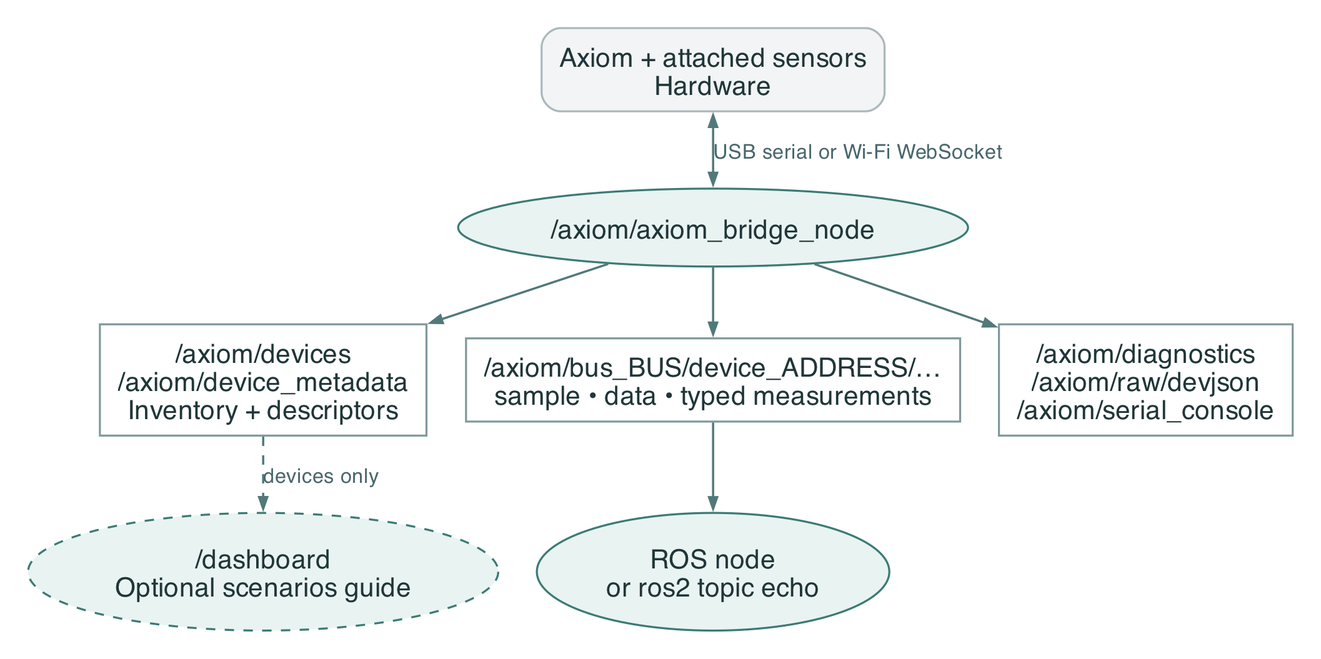
Above: docs/ros-graphs/ros2-overview-graph.png in robotical/axiom-ros2 (Graphviz), before the change. Its source is kept beside it as docs/ros-graphs/ros2-overview-graph.dot.
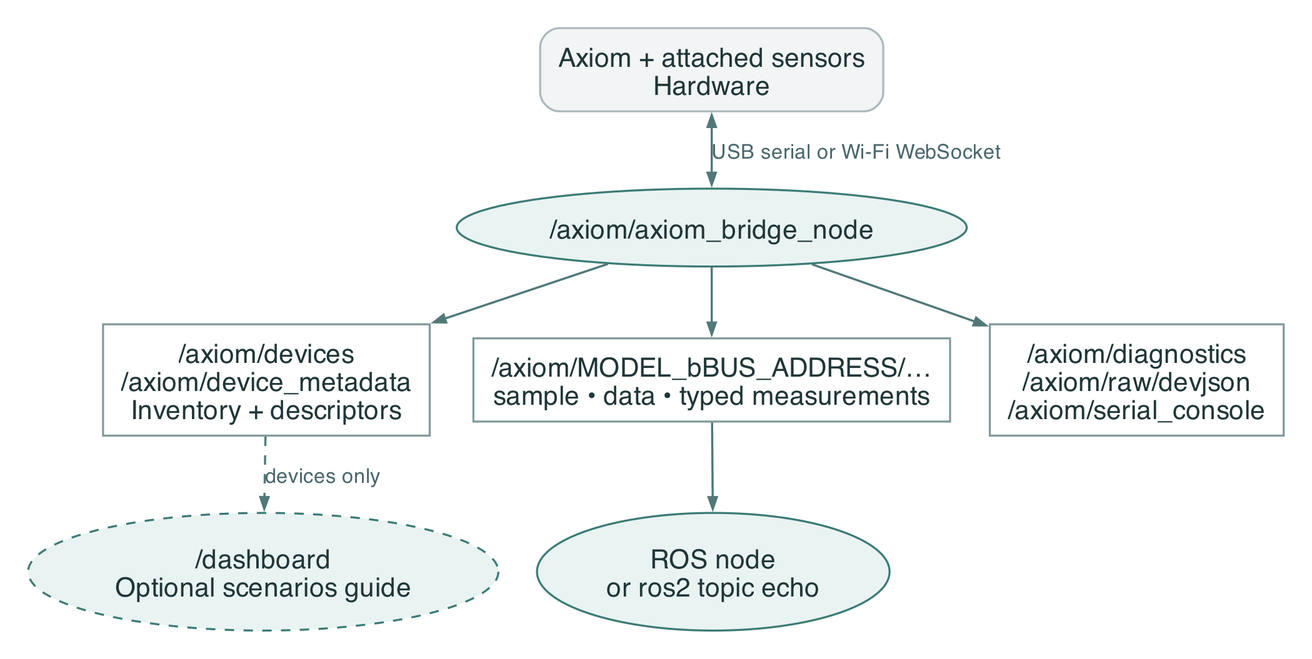
After the commit.

The edit, as a diff of the source:
```diff
@@ -7,7 +7,7 @@
   board [shape=box, style="rounded,filled", fillcolor="#f2f4f5", color="#abb8bc", label="Axiom + attached sensors\nHardware"];
   driver [shape=ellipse, fillcolor="#e9f3f2", color="#3b7b75", label="/axiom/axiom_bridge_node"];
   devices [label="/axiom/devices\n/axiom/device_metadata\nInventory + descriptors"];
-  measures [label="/axiom/bus_BUS/device_ADDRESS/…\nsample • data • typed measurements"];
+  measures [label="/axiom/MODEL_bBUS_ADDRESS/…\nsample • data • typed measurements"];
   diagnostics [label="/axiom/diagnostics\n/axiom/raw/devjson\n/axiom/serial_console"];
   consumer [shape=ellipse, fillcolor="#e9f3f2", color="#3b7b75", label="ROS node\nor ros2 topic echo"];
   dashboard [shape=ellipse, style="filled,dashed", fillcolor="#e9f3f2", color="#3b7b75", label="/dashboard\nOptional scenarios guide"];
```
